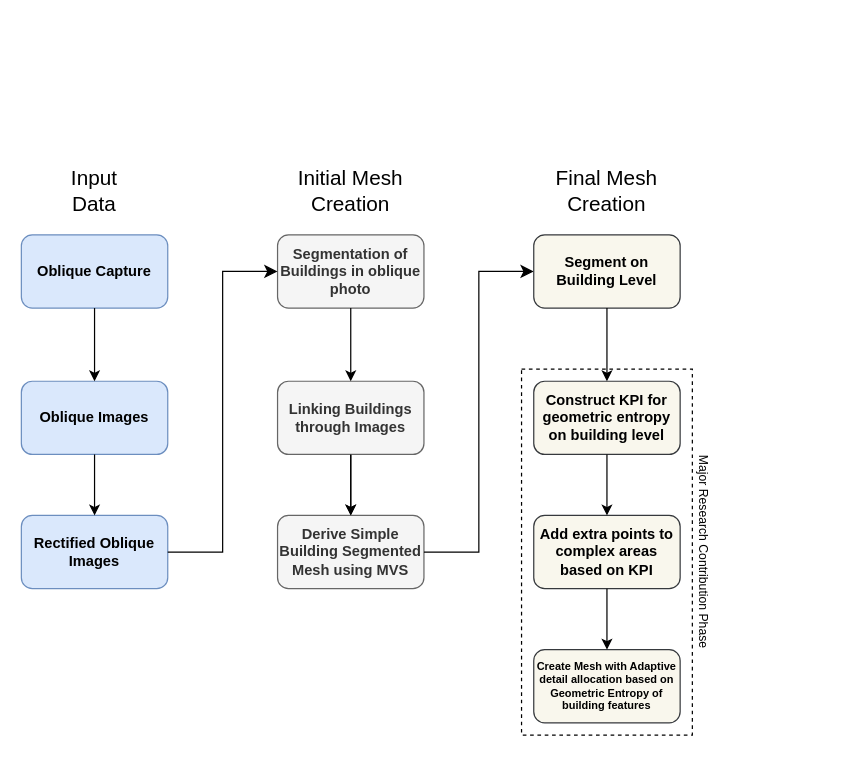
Above: figures/theoreticalframework/theoreticalframework.drawio in LarsBoertjes/thesis (draw.io), before the change. Source tidied: cells renumbered, new cells numbered last; positions are measured from the earlier drawing's top-left corner, leaving out a move shared by most shapes. Both pictures are drawn from the tidied source at 122%, with x=0, y=0 at pixel (21, 173).
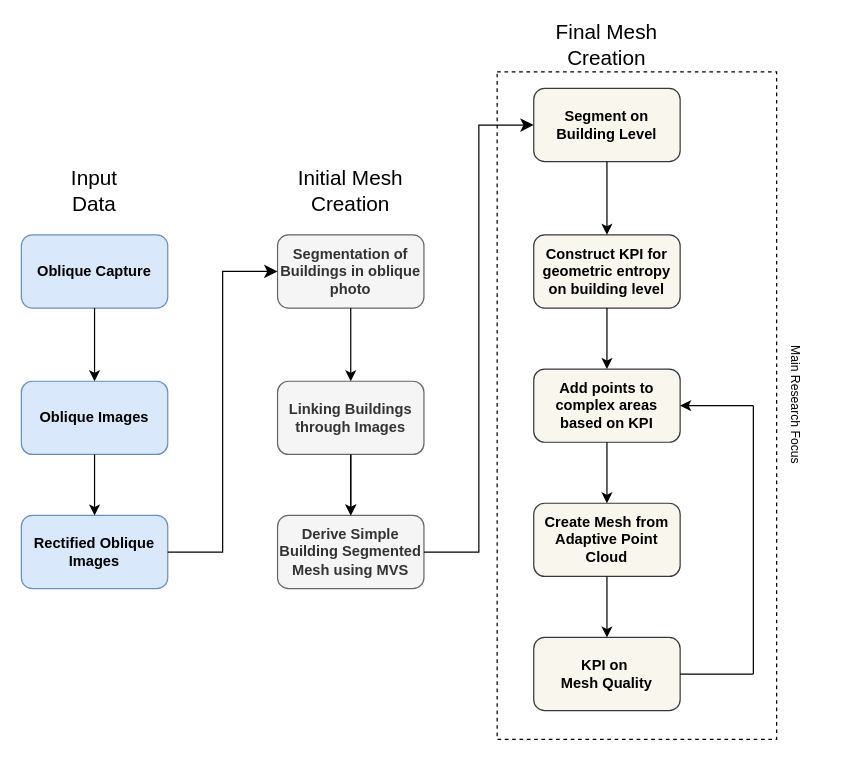
After the change.

The edit, as a diff of the source:
```diff
@@
     <mxCell id="2" style="rounded=0;whiteSpace=wrap;html=1;dashed=1;" parent="1" vertex="1">
-      <mxGeometry x="410" y="160" width="140" height="300" as="geometry" />
+      <mxGeometry x="390" y="-83.5" width="229.1" height="547.1" as="geometry" />
     </mxCell>
@@
     <mxCell id="17" value="&lt;b&gt;Construct KPI for geometric entropy on building level&lt;/b&gt;" style="rounded=1;whiteSpace=wrap;html=1;fillColor=#f9f7ed;strokeColor=#36393d;" parent="1" vertex="1">
-      <mxGeometry x="420" y="170" width="120" height="60" as="geometry" />
+      <mxGeometry x="420" y="50" width="120" height="60" as="geometry" />
     </mxCell>
@@
-    <mxCell id="19" value="&lt;b&gt;Add extra points to complex areas based on KPI&lt;/b&gt;" style="rounded=1;whiteSpace=wrap;html=1;fillColor=#f9f7ed;strokeColor=#36393d;" parent="1" vertex="1">
-      <mxGeometry x="420" y="280" width="120" height="60" as="geometry" />
+    <mxCell id="19" value="&lt;b&gt;Add points to complex areas based on KPI&lt;/b&gt;" style="rounded=1;whiteSpace=wrap;html=1;fillColor=#f9f7ed;strokeColor=#36393d;" parent="1" vertex="1">
+      <mxGeometry x="420" y="160" width="120" height="60" as="geometry" />
     </mxCell>
     <mxCell id="20" style="endArrow=classic;html=1;rounded=0;entryX=0.5;entryY=0;entryDx=0;entryDy=0;" parent="1" edge="1" target="19">
       <mxGeometry relative="1" as="geometry">
-        <mxPoint x="480" y="230" as="sourcePoint" />
+        <mxPoint x="480" y="110" as="sourcePoint" />
       </mxGeometry>
     </mxCell>
-    <mxCell id="21" value="&lt;b&gt;Create Mesh with Adaptive detail allocation based on Geometric Entropy of building features&lt;/b&gt;" style="rounded=1;whiteSpace=wrap;html=1;fontSize=9;fillColor=#f9f7ed;strokeColor=#36393d;" parent="1" vertex="1">
-      <mxGeometry x="420" y="390" width="120" height="60" as="geometry" />
+    <mxCell id="21" value="&lt;b&gt;Create Mesh from Adaptive Point Cloud&lt;/b&gt;" style="rounded=1;whiteSpace=wrap;html=1;fontSize=12;fillColor=#f9f7ed;strokeColor=#36393d;" parent="1" vertex="1">
+      <mxGeometry x="420" y="270" width="120" height="60" as="geometry" />
     </mxCell>
     <mxCell id="22" style="endArrow=classic;html=1;rounded=0;entryX=0.5;entryY=0;entryDx=0;entryDy=0;" parent="1" edge="1" target="21">
       <mxGeometry relative="1" as="geometry">
-        <mxPoint x="480" y="340" as="sourcePoint" />
+        <mxPoint x="480" y="220" as="sourcePoint" />
       </mxGeometry>
     </mxCell>
-    <mxCell id="23" value="Final Mesh Creation" style="text;html=1;align=center;verticalAlign=middle;whiteSpace=wrap;rounded=0;strokeWidth=1;fontSize=17;" parent="1" vertex="1">
-      <mxGeometry x="420" width="120" height="30" as="geometry" />
-    </mxCell>
     <mxCell id="24" value="&lt;b&gt;Segment on Building Level&lt;/b&gt;" style="rounded=1;whiteSpace=wrap;html=1;fillColor=#f9f7ed;strokeColor=#36393d;" parent="1" vertex="1">
-      <mxGeometry x="420" y="50" width="120" height="60" as="geometry" />
+      <mxGeometry x="420" y="-70" width="120" height="60" as="geometry" />
     </mxCell>
@@
+    <mxCell id="27" value="&lt;b&gt;KPI on&amp;nbsp;&lt;/b&gt;&lt;div&gt;&lt;b&gt;Mesh Quality&lt;/b&gt;&lt;/div&gt;" style="rounded=1;whiteSpace=wrap;html=1;fontSize=12;fillColor=#f9f7ed;strokeColor=#36393d;" parent="1" vertex="1">
+      <mxGeometry x="420" y="380" width="120" height="60" as="geometry" />
+    </mxCell>
+    <mxCell id="28" style="endArrow=classic;html=1;rounded=0;entryX=0.5;entryY=0;entryDx=0;entryDy=0;exitX=0.5;exitY=1;exitDx=0;exitDy=0;" parent="1" edge="1" source="21" target="27">
+      <mxGeometry relative="1" as="geometry" />
+    </mxCell>
+    <mxCell id="29" style="group;" parent="1" vertex="1">
+      <mxGeometry x="600" y="190" height="220" as="geometry" />
+    </mxCell>
+    <mxCell id="30" style="endArrow=none;html=1;rounded=0;entryX=1;entryY=0.5;entryDx=0;entryDy=0;" parent="29" edge="1" target="27">
+      <mxGeometry relative="1" as="geometry">
+        <mxPoint y="220" as="sourcePoint" />
+      </mxGeometry>
+    </mxCell>
+    <mxCell id="31" style="endArrow=none;html=1;rounded=0;" parent="29" edge="1">
+      <mxGeometry relative="1" as="geometry">
+        <mxPoint y="220" as="sourcePoint" />
+        <mxPoint as="targetPoint" />
+      </mxGeometry>
+    </mxCell>
+    <mxCell id="32" style="endArrow=classic;html=1;rounded=0;entryX=1;entryY=0.5;entryDx=0;entryDy=0;" parent="29" edge="1" target="19">
+      <mxGeometry relative="1" as="geometry">
+        <mxPoint as="sourcePoint" />
+      </mxGeometry>
+    </mxCell>
-    <mxCell id="26" value="Major Research Contribution Phase" style="text;html=1;align=center;verticalAlign=middle;whiteSpace=wrap;rounded=0;strokeWidth=1;fontSize=10;rotation=90;" parent="1" vertex="1">
-      <mxGeometry x="390" y="295" width="340" height="30" as="geometry" />
+    <mxCell id="26" value="Main Research Focus" style="text;html=1;align=center;verticalAlign=middle;whiteSpace=wrap;rounded=0;strokeWidth=1;fontSize=10;rotation=90;" parent="1" vertex="1">
+      <mxGeometry x="357.3" y="162.6" width="556.4" height="54.7" as="geometry" />
     </mxCell>
+    <mxCell id="23" value="Final Mesh Creation" style="text;html=1;align=center;verticalAlign=middle;whiteSpace=wrap;rounded=0;strokeWidth=1;fontSize=17;" parent="1" vertex="1">
+      <mxGeometry x="420" y="-120" width="120" height="30" as="geometry" />
+    </mxCell>
```
